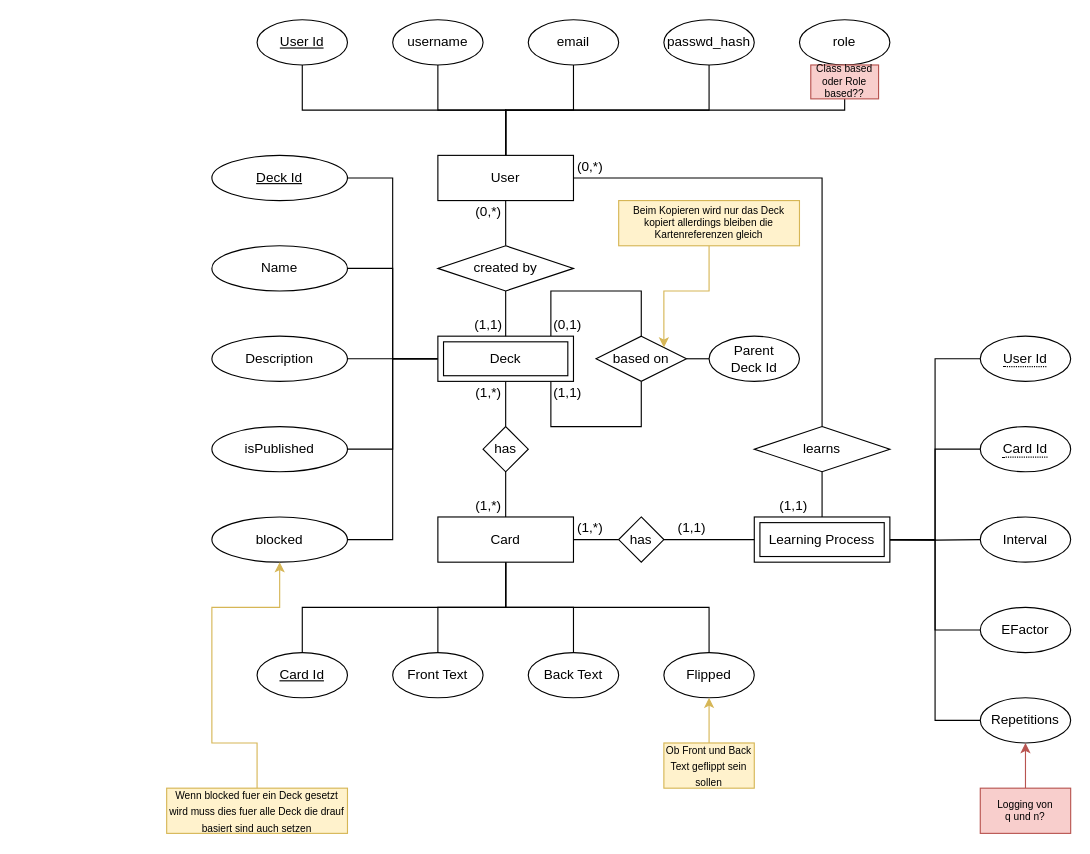
Earlier version of the draw.io diagram ER_Diagram.drawio (FabioPlunser/SWA-Project). Source tidied: cells renumbered, new cells numbered last; positions are measured from the earlier drawing's top-left corner, leaving out a move shared by most shapes. Both pictures are drawn from the tidied source at 113%, with x=0, y=0 at pixel (166, 19).
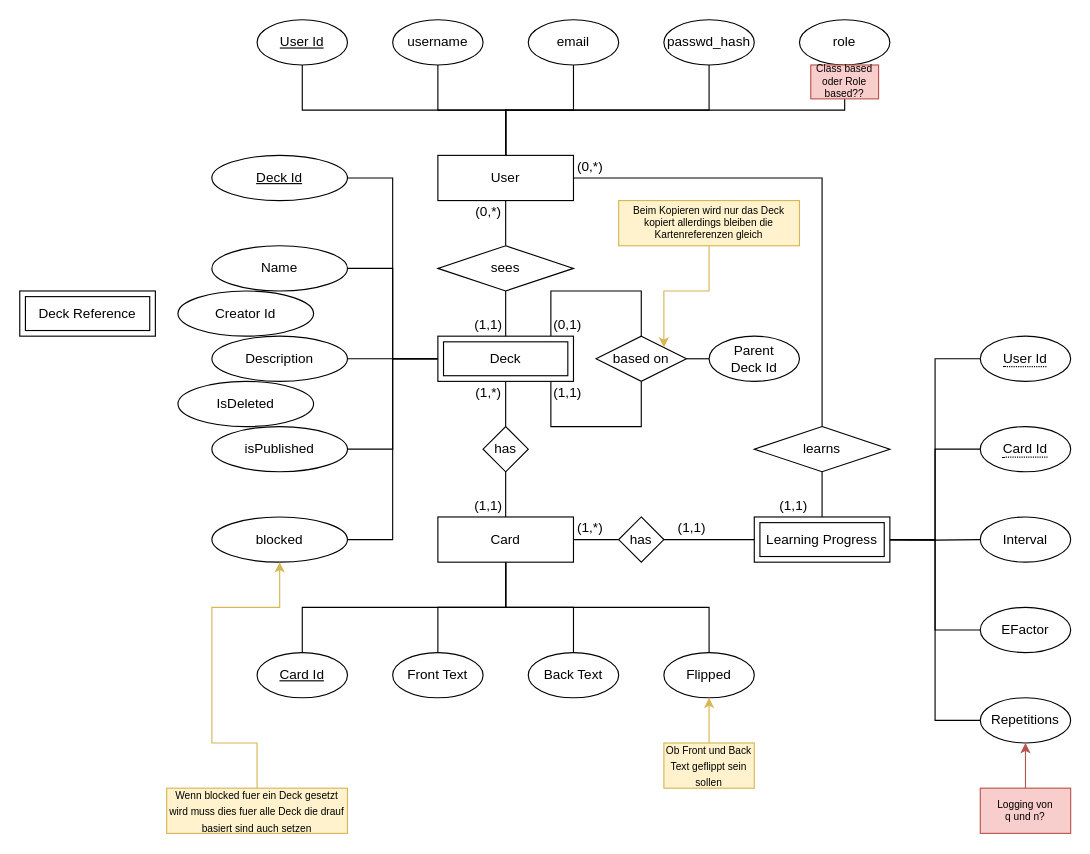
Above is the later version.

Diff of the diagram source:
```diff
@@
-    <mxCell id="29" value="(1,*)" style="text;html=1;strokeColor=none;fillColor=none;align=center;verticalAlign=middle;whiteSpace=wrap;rounded=0;" parent="1" vertex="1">
+    <mxCell id="29" value="(1,1)" style="text;html=1;strokeColor=none;fillColor=none;align=center;verticalAlign=middle;whiteSpace=wrap;rounded=0;" parent="1" vertex="1">
       <mxGeometry x="270" y="420" width="30" height="20" as="geometry" />
     </mxCell>
@@
-    <mxCell id="40" value="Learning Process" style="shape=ext;margin=3;double=1;whiteSpace=wrap;html=1;align=center;" parent="1" vertex="1">
+    <mxCell id="40" value="Learning Progress" style="shape=ext;margin=3;double=1;whiteSpace=wrap;html=1;align=center;" parent="1" vertex="1">
       <mxGeometry x="520" y="440" width="120" height="40" as="geometry" />
     </mxCell>
@@
-    <mxCell id="62" value="created by" style="shape=rhombus;perimeter=rhombusPerimeter;whiteSpace=wrap;html=1;align=center;" parent="1" vertex="1">
+    <mxCell id="62" value="sees" style="shape=rhombus;perimeter=rhombusPerimeter;whiteSpace=wrap;html=1;align=center;" parent="1" vertex="1">
       <mxGeometry x="240" y="200" width="120" height="40" as="geometry" />
     </mxCell>
@@
+    <mxCell id="80" value="Creator Id" style="ellipse;whiteSpace=wrap;html=1;align=center;" parent="1" vertex="1">
+      <mxGeometry x="10" y="240" width="120" height="40" as="geometry" />
+    </mxCell>
+    <mxCell id="81" value="IsDeleted" style="ellipse;whiteSpace=wrap;html=1;align=center;" parent="1" vertex="1">
+      <mxGeometry x="10" y="320" width="120" height="40" as="geometry" />
+    </mxCell>
+    <mxCell id="82" value="Deck Reference" style="shape=ext;margin=3;double=1;whiteSpace=wrap;html=1;align=center;" parent="1" vertex="1">
+      <mxGeometry x="-130" y="240" width="120" height="40" as="geometry" />
+    </mxCell>
```
